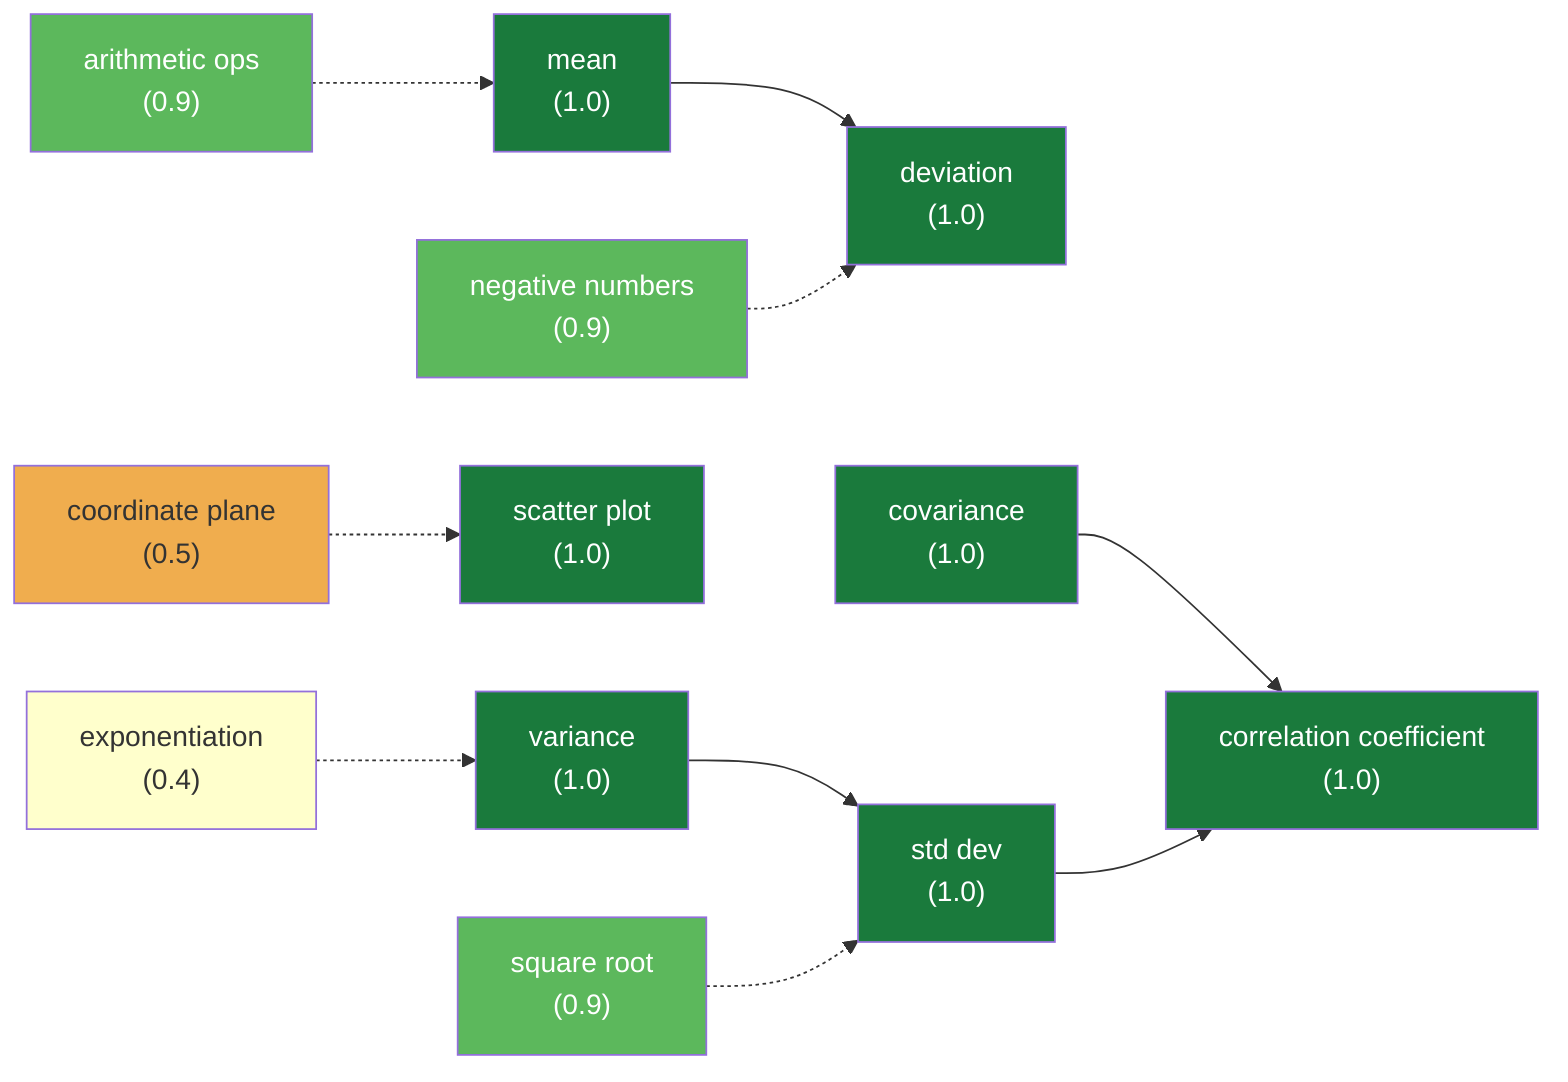
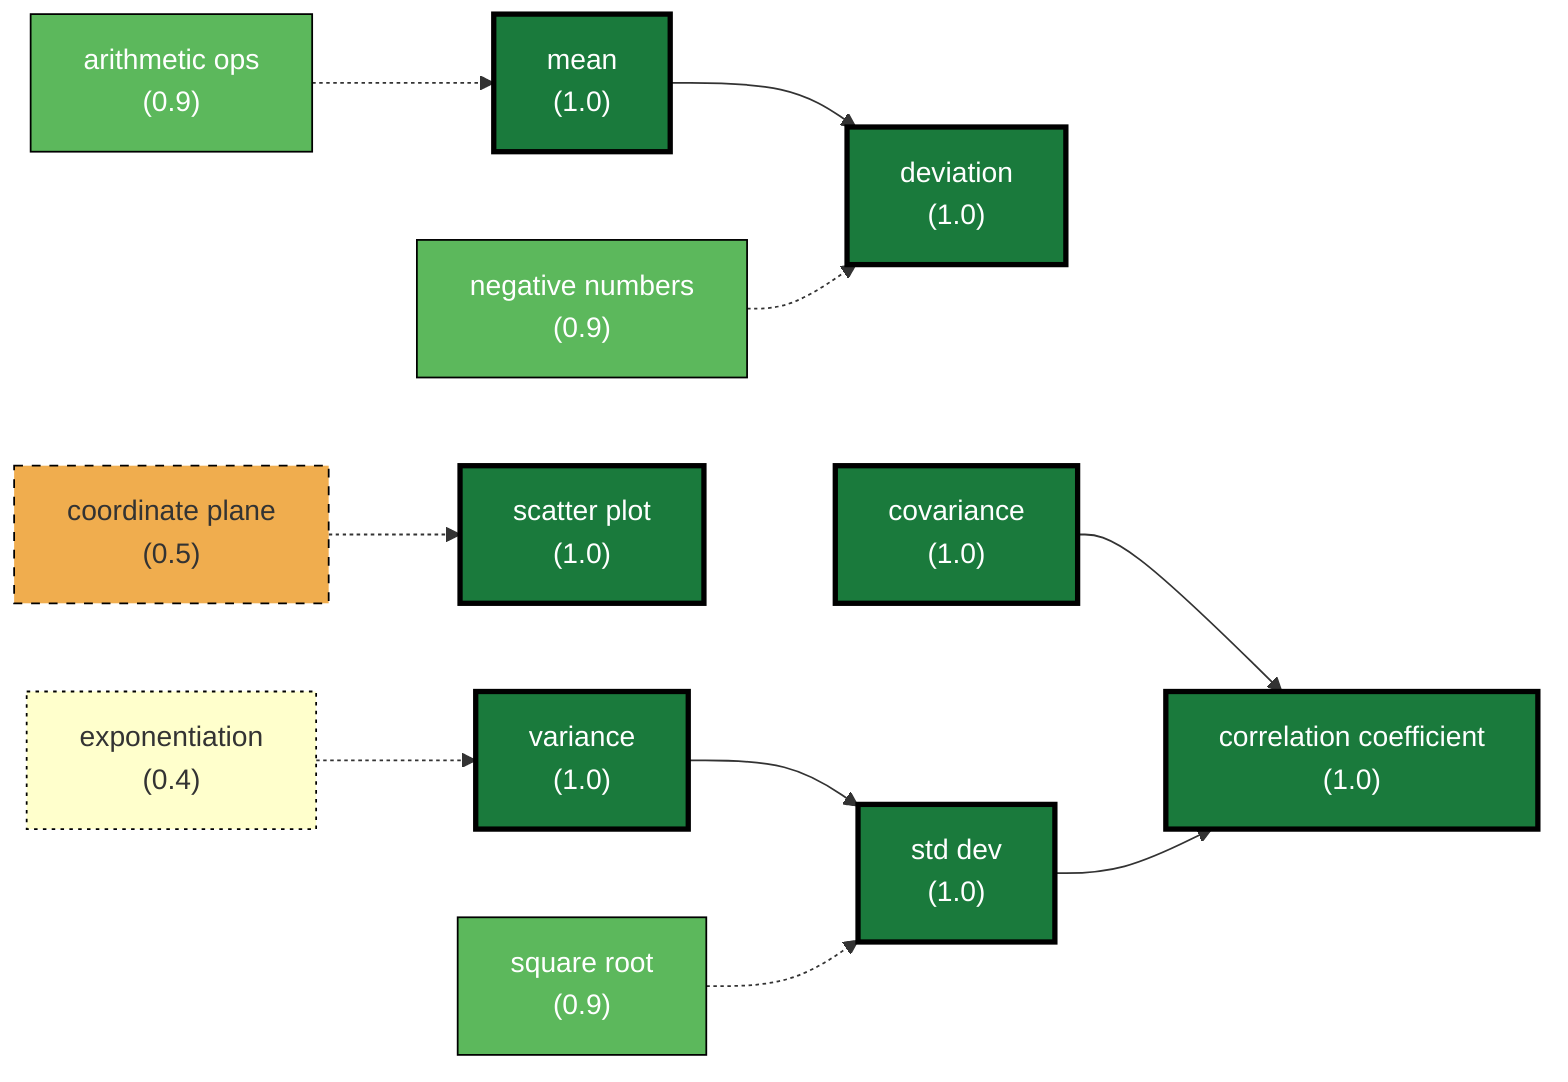
graph LR
    mean["mean<br/>(1.0)"]
    dev["deviation<br/>(1.0)"]
    var["variance<br/>(1.0)"]
    std["std dev<br/>(1.0)"]
    cov["covariance<br/>(1.0)"]
    scatter["scatter plot<br/>(1.0)"]
    corr["correlation coefficient<br/>(1.0)"]

    neg["negative numbers<br/>(0.9)"]
    sq["square root<br/>(0.9)"]
    arith["arithmetic ops<br/>(0.9)"]
    coord["coordinate plane<br/>(0.5)"]
    exp_node["exponentiation<br/>(0.4)"]

    mean --> dev
    var --> std
    cov --> corr
    std --> corr

    neg -.-> dev
    arith -.-> mean
    sq -.-> std
    coord -.-> scatter
    exp_node -.-> var

-     style mean fill:#1a7a3c,color:#fff
-     style dev fill:#1a7a3c,color:#fff
-     style var fill:#1a7a3c,color:#fff
-     style std fill:#1a7a3c,color:#fff
-     style cov fill:#1a7a3c,color:#fff
-     style scatter fill:#1a7a3c,color:#fff
-     style corr fill:#1a7a3c,color:#fff
+     style mean fill:#1a7a3c,color:#fff,stroke:#000,stroke-width:3px
+     style dev fill:#1a7a3c,color:#fff,stroke:#000,stroke-width:3px
+     style var fill:#1a7a3c,color:#fff,stroke:#000,stroke-width:3px
+     style std fill:#1a7a3c,color:#fff,stroke:#000,stroke-width:3px
+     style cov fill:#1a7a3c,color:#fff,stroke:#000,stroke-width:3px
+     style scatter fill:#1a7a3c,color:#fff,stroke:#000,stroke-width:3px
+     style corr fill:#1a7a3c,color:#fff,stroke:#000,stroke-width:3px

-     style neg fill:#5cb85c,color:#fff
-     style sq fill:#5cb85c,color:#fff
-     style arith fill:#5cb85c,color:#fff
-     style coord fill:#f0ad4e
-     style exp_node fill:#ffffcc
+     style neg fill:#5cb85c,color:#fff,stroke:#000,stroke-width:1px
+     style sq fill:#5cb85c,color:#fff,stroke:#000,stroke-width:1px
+     style arith fill:#5cb85c,color:#fff,stroke:#000,stroke-width:1px
+     style coord fill:#f0ad4e,stroke:#000,stroke-width:1px,stroke-dasharray:5 5
+     style exp_node fill:#ffffcc,stroke:#000,stroke-width:1px,stroke-dasharray:2 3
